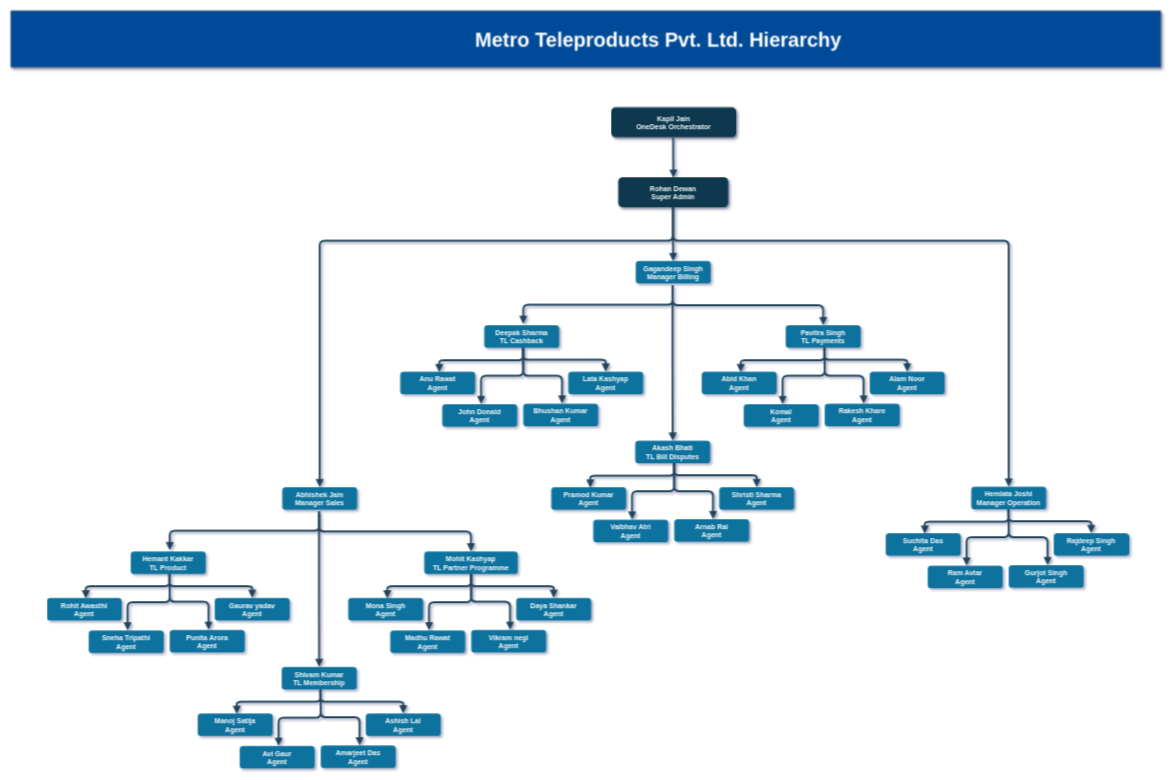
Rakholia1842/ERDiagram keeps this draw.io diagram as page "Belle Pvt. Ltd. Hierarchy" (2 of 2) of User her.drawio. Above is the earlier version. Source tidied: cells renumbered, new cells numbered last; positions are measured from the earlier drawing's top-left corner, leaving out a move shared by most shapes. Both pictures are drawn from the tidied source at 50%, with x=0, y=0 at pixel (10, 10).
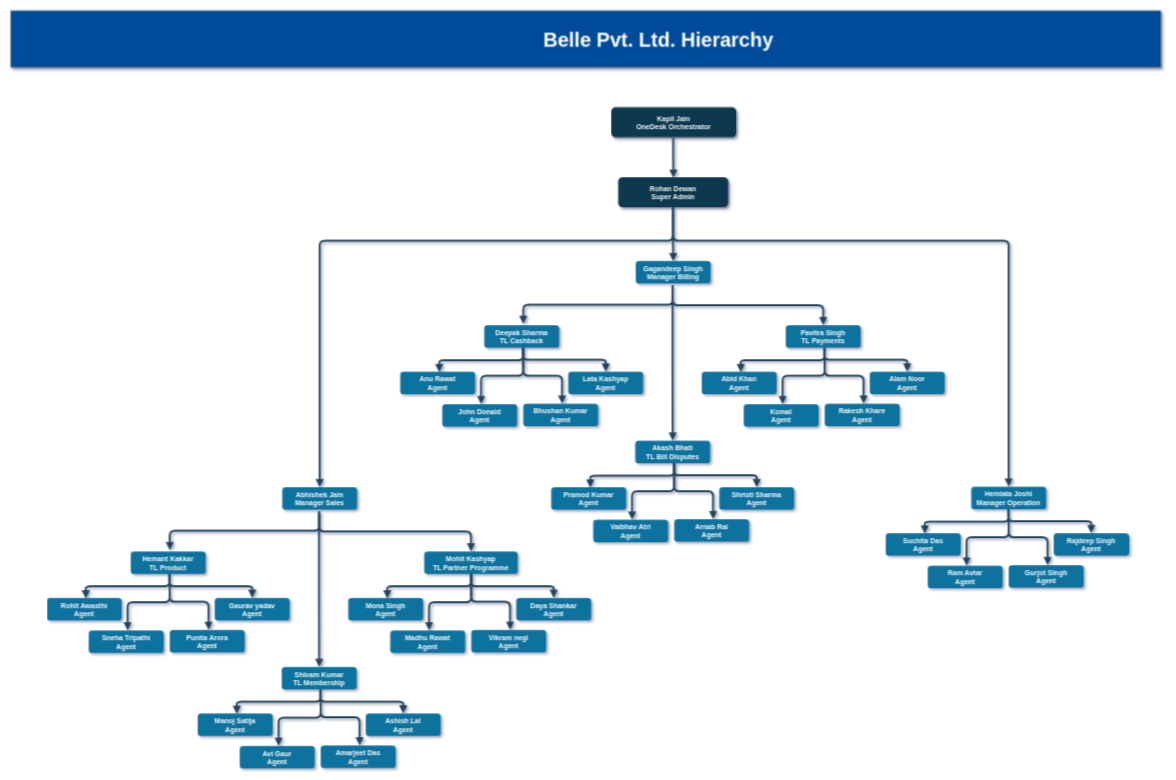
The same diagram, later.

Change to the diagram source:
```diff
@@
-    <mxCell id="81" value="&lt;div&gt;Metro Teleproducts Pvt. Ltd. Hierarchy&lt;/div&gt;" style="text;align=center;verticalAlign=middle;fontSize=40;fontColor=#FFFFFF;fontStyle=1;horizontal=1;shadow=0;labelBorderColor=none;labelBackgroundColor=none;spacingTop=0;html=1;" parent="1" vertex="1">
-      <mxGeometry x="920" y="31.5" width="750" height="50" as="geometry" />
+    <mxCell id="81" value="&lt;div&gt;Belle Pvt. Ltd. Hierarchy&lt;/div&gt;" style="text;align=center;verticalAlign=middle;fontSize=40;fontColor=#FFFFFF;fontStyle=1;horizontal=1;shadow=0;labelBorderColor=none;labelBackgroundColor=none;spacingTop=0;html=1;" parent="1" vertex="1">
+      <mxGeometry x="1055" y="31.5" width="480" height="50" as="geometry" />
     </mxCell>
```
